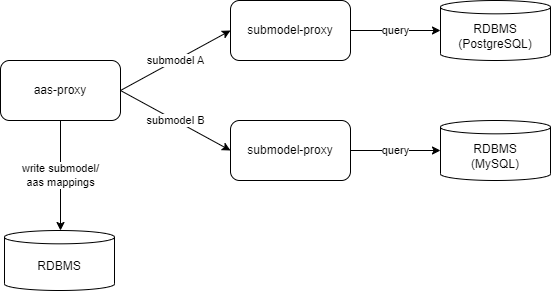
The draw.io diagram assets/architecture.drawio.png in hiroyoshii/go-aas-proxy, before a commit. Source tidied: cells renumbered, new cells last; positions are measured from the earlier drawing's top-left corner, leaving out a move shared by most shapes.
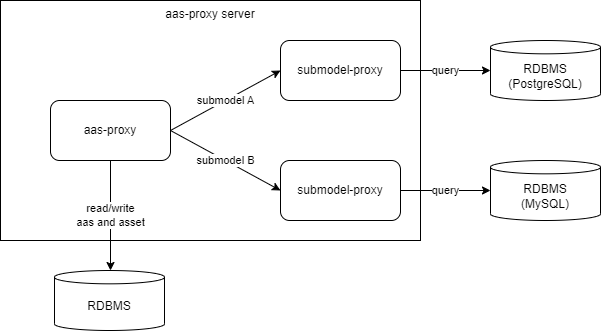
The same file after the commit.

Change to the diagram source:
```diff
@@ -2,13 +2,16 @@
   <root>
     <mxCell id="0" />
     <mxCell id="1" parent="0" />
+    <mxCell id="13" value="aas-proxy server" style="rounded=0;whiteSpace=wrap;html=1;verticalAlign=top;" parent="1" vertex="1">
+      <mxGeometry x="-50" y="-40" width="420" height="240" as="geometry" />
+    </mxCell>
     <mxCell id="2" value="submodel B" style="edgeStyle=none;html=1;entryX=0;entryY=0.5;entryDx=0;entryDy=0;exitX=1;exitY=0.5;exitDx=0;exitDy=0;" parent="1" edge="1" source="5" target="9">
       <mxGeometry relative="1" as="geometry" />
     </mxCell>
     <mxCell id="3" value="submodel A" style="edgeStyle=none;html=1;entryX=0;entryY=0.5;entryDx=0;entryDy=0;exitX=1;exitY=0.5;exitDx=0;exitDy=0;" parent="1" edge="1" source="5" target="7">
       <mxGeometry relative="1" as="geometry" />
     </mxCell>
-    <mxCell id="4" value="write submodel/&lt;br&gt;aas mappings" style="edgeStyle=none;html=1;entryX=0.5;entryY=0;entryDx=0;entryDy=0;entryPerimeter=0;" parent="1" edge="1" source="5">
+    <mxCell id="4" value="read/write &lt;br&gt;aas and asset" style="edgeStyle=none;html=1;entryX=0.5;entryY=0;entryDx=0;entryDy=0;entryPerimeter=0;" parent="1" edge="1" source="5">
       <mxGeometry relative="1" as="geometry">
         <mxPoint x="60" y="230" as="targetPoint" />
       </mxGeometry>
```
